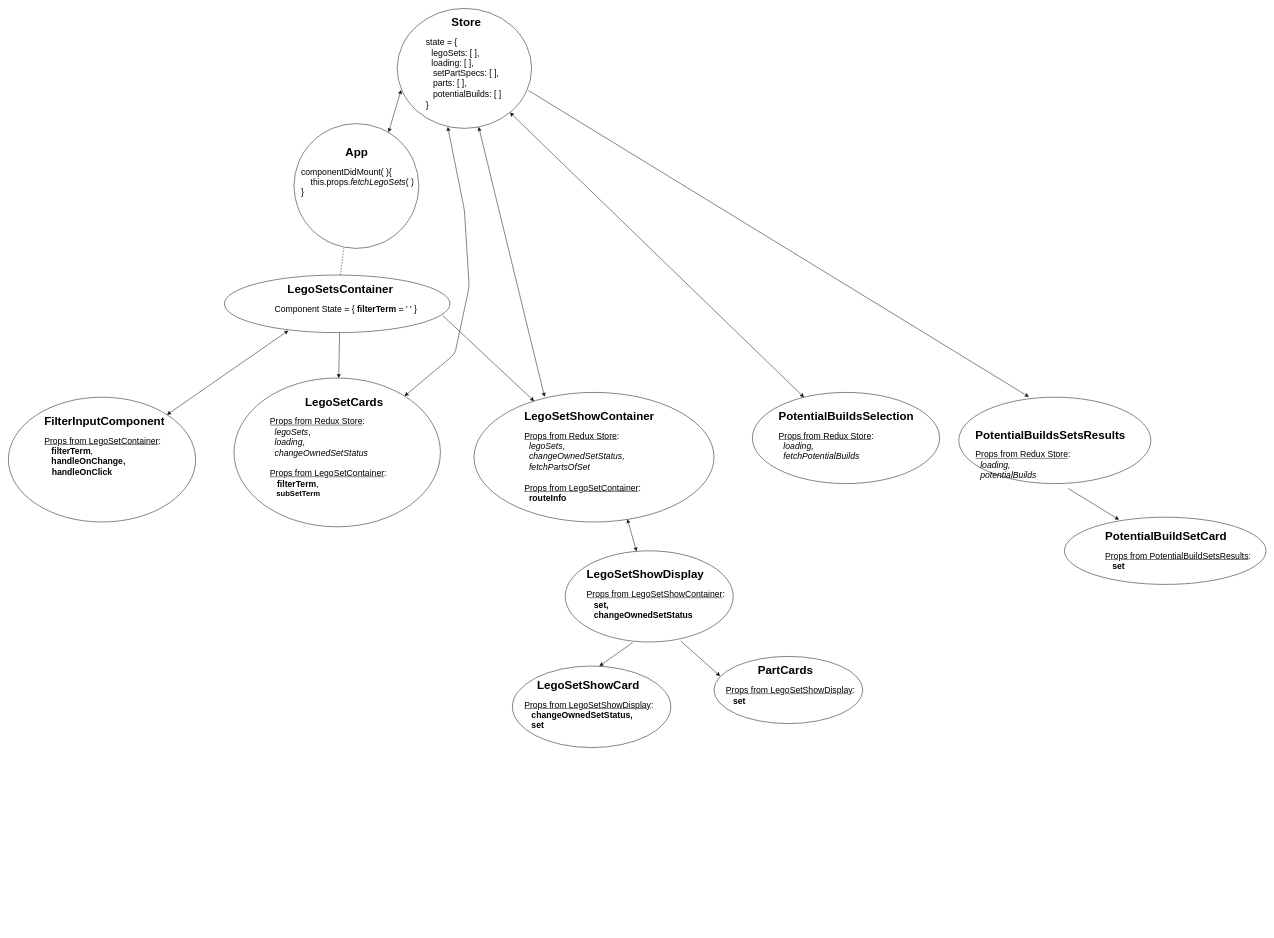
DavidRMorphew/my-bricks-app-frontend keeps this draw.io diagram as StateTreeDiagram.drawio. Above is the earlier version. Source tidied: cells renumbered, new cells numbered last; positions are measured from the earlier drawing's top-left corner, leaving out a move shared by most shapes. Both pictures are drawn from the tidied source at 48%, with x=0, y=0 at pixel (8, 8).
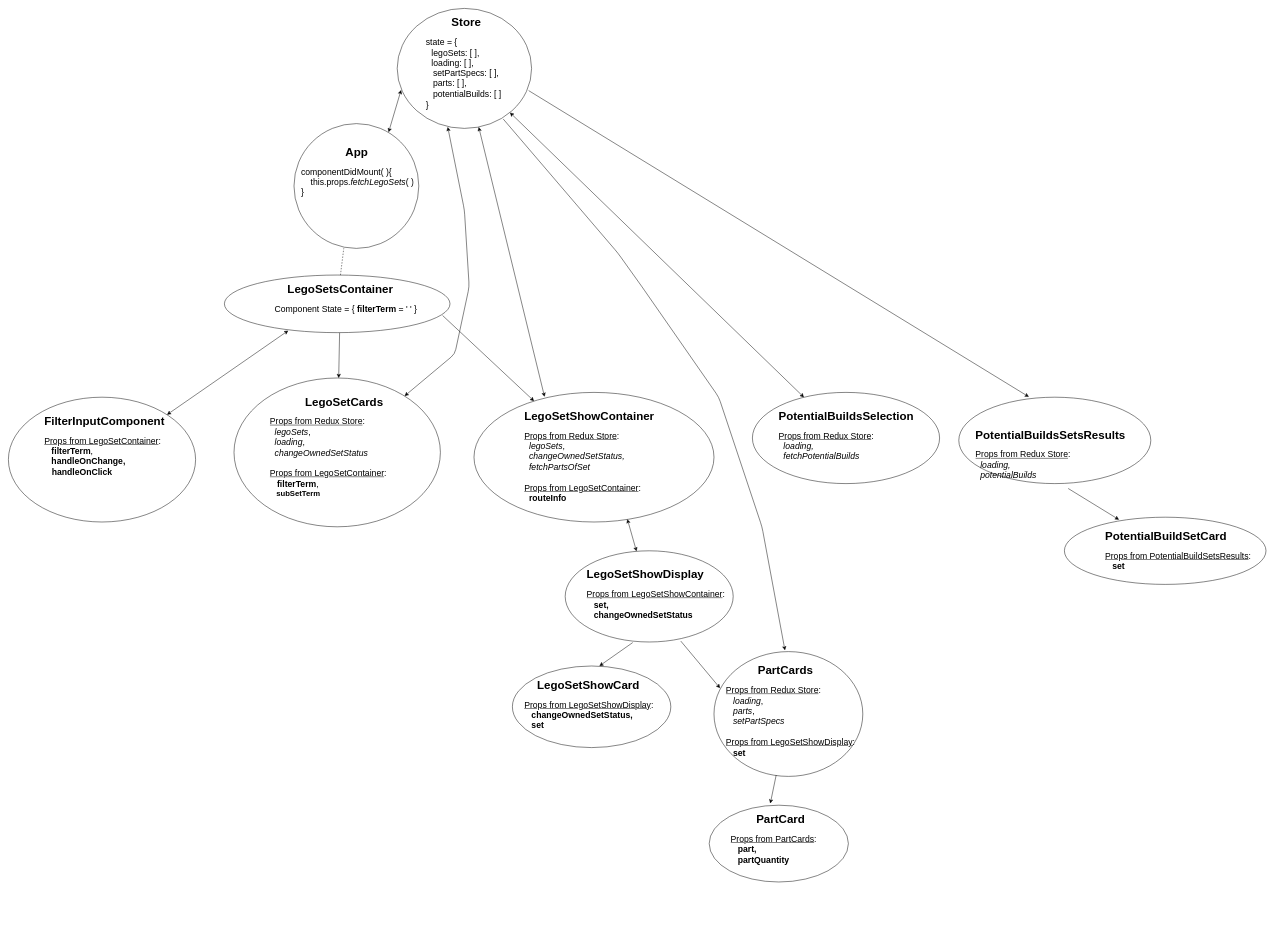
The same page after the edit.

Commit message (it also covers changes not shown here):
partQuantity assigned to variable by destructuring props in PartCard and StateTreeDiagram updated with PartCards and PartCard components

The change refers to these unchanged cells:
```xml
<mxCell id="2" style="ellipse;whiteSpace=wrap;html=1;" parent="1" vertex="1">
  <mxGeometry x="810" width="280" height="250" as="geometry" />
</mxCell>
```

What changed in the source:
```diff
@@
     <mxCell id="34" style="ellipse;whiteSpace=wrap;html=1;" parent="1" vertex="1">
-      <mxGeometry x="1470" y="1350" width="310" height="140" as="geometry" />
+      <mxGeometry x="1470" y="1340" width="310" height="260" as="geometry" />
     </mxCell>
@@
-    <mxCell id="39" value="&lt;h1&gt;&amp;nbsp; &amp;nbsp; &amp;nbsp; &amp;nbsp; &amp;nbsp; PartCards&lt;/h1&gt;&lt;div&gt;&lt;div&gt;&lt;div&gt;&lt;font style=&quot;font-size: 18px&quot;&gt;&lt;u&gt;Props from LegoSetShowDisplay&lt;/u&gt;:&lt;i&gt;&lt;br&gt;&lt;/i&gt;&lt;/font&gt;&lt;/div&gt;&lt;/div&gt;&lt;div&gt;&lt;font style=&quot;font-size: 18px&quot;&gt;&amp;nbsp; &amp;nbsp;&lt;b&gt;set&lt;/b&gt;&lt;/font&gt;&lt;/div&gt;&lt;/div&gt;&lt;div&gt;&lt;font style=&quot;font-size: 18px&quot;&gt;&lt;b&gt;&lt;br&gt;&lt;/b&gt;&lt;/font&gt;&lt;/div&gt;" style="text;html=1;strokeColor=none;fillColor=none;spacing=5;spacingTop=-20;whiteSpace=wrap;overflow=hidden;rounded=0;" parent="1" vertex="1">
-      <mxGeometry x="1490" y="1360" width="300" height="120" as="geometry" />
+    <mxCell id="39" value="&lt;h1&gt;&amp;nbsp; &amp;nbsp; &amp;nbsp; &amp;nbsp; &amp;nbsp; PartCards&lt;/h1&gt;&lt;div&gt;&lt;div&gt;&lt;div&gt;&lt;font style=&quot;font-size: 18px&quot;&gt;&lt;u&gt;Props from Redux Store&lt;/u&gt;:&amp;nbsp;&lt;/font&gt;&lt;/div&gt;&lt;div&gt;&lt;font style=&quot;font-size: 18px&quot;&gt;&lt;span&gt;&amp;nbsp; &amp;nbsp;&lt;i&gt;loading&lt;/i&gt;,&amp;nbsp;&lt;/span&gt;&lt;/font&gt;&lt;/div&gt;&lt;div&gt;&lt;font style=&quot;font-size: 18px&quot;&gt;&lt;span&gt;&lt;i&gt;&amp;nbsp; &amp;nbsp;par&lt;/i&gt;&lt;/span&gt;&lt;i&gt;ts&lt;/i&gt;&lt;span&gt;,&lt;/span&gt;&lt;/font&gt;&lt;/div&gt;&lt;div&gt;&lt;font style=&quot;font-size: 18px&quot;&gt;&lt;span&gt;&amp;nbsp; &amp;nbsp;&lt;i&gt;setPartSpecs&lt;/i&gt;&lt;/span&gt;&lt;/font&gt;&lt;/div&gt;&lt;div&gt;&lt;font style=&quot;font-size: 18px&quot;&gt;&lt;span&gt;&lt;i&gt;&lt;br&gt;&lt;/i&gt;&lt;/span&gt;&lt;/font&gt;&lt;/div&gt;&lt;div&gt;&lt;font style=&quot;font-size: 18px&quot;&gt;&lt;u&gt;Props from LegoSetShowDisplay&lt;/u&gt;:&lt;i&gt;&lt;br&gt;&lt;/i&gt;&lt;/font&gt;&lt;/div&gt;&lt;/div&gt;&lt;div&gt;&lt;font style=&quot;font-size: 18px&quot;&gt;&amp;nbsp; &amp;nbsp;&lt;b&gt;set&lt;/b&gt;&lt;/font&gt;&lt;/div&gt;&lt;/div&gt;&lt;div&gt;&lt;font style=&quot;font-size: 18px&quot;&gt;&lt;b&gt;&lt;br&gt;&lt;/b&gt;&lt;/font&gt;&lt;/div&gt;" style="text;html=1;strokeColor=none;fillColor=none;spacing=5;spacingTop=-20;whiteSpace=wrap;overflow=hidden;rounded=0;" parent="1" vertex="1">
+      <mxGeometry x="1490" y="1360" width="300" height="210" as="geometry" />
     </mxCell>
@@
+    <mxCell id="41" style="ellipse;whiteSpace=wrap;html=1;" parent="1" vertex="1">
+      <mxGeometry x="1460" y="1660" width="290" height="160" as="geometry" />
+    </mxCell>
+    <mxCell id="42" value="&lt;h1&gt;&amp;nbsp; &amp;nbsp; &amp;nbsp; &amp;nbsp; PartCard&lt;/h1&gt;&lt;div&gt;&lt;div&gt;&lt;div&gt;&lt;font style=&quot;font-size: 18px&quot;&gt;&lt;u&gt;Props from PartCards&lt;/u&gt;:&lt;i&gt;&lt;br&gt;&lt;/i&gt;&lt;/font&gt;&lt;/div&gt;&lt;/div&gt;&lt;div&gt;&lt;font style=&quot;font-size: 18px&quot;&gt;&amp;nbsp; &amp;nbsp;&lt;b&gt;part,&lt;/b&gt;&lt;/font&gt;&lt;/div&gt;&lt;/div&gt;&lt;div&gt;&lt;font style=&quot;font-size: 18px&quot;&gt;&lt;b&gt;&amp;nbsp; &amp;nbsp;partQuantity&lt;/b&gt;&lt;/font&gt;&lt;/div&gt;" style="text;html=1;strokeColor=none;fillColor=none;spacing=5;spacingTop=-20;whiteSpace=wrap;overflow=hidden;rounded=0;" parent="1" vertex="1">
+      <mxGeometry x="1500" y="1670" width="300" height="250" as="geometry" />
+    </mxCell>
+    <mxCell id="43" style="endArrow=classic;html=1;entryX=0.439;entryY=-0.023;entryDx=0;entryDy=0;entryPerimeter=0;exitX=0.418;exitY=0.989;exitDx=0;exitDy=0;exitPerimeter=0;" parent="1" edge="1" source="34" target="41">
+      <mxGeometry relative="1" as="geometry" />
+    </mxCell>
+    <mxCell id="44" style="endArrow=classic;html=1;entryX=0.477;entryY=-0.01;entryDx=0;entryDy=0;entryPerimeter=0;exitX=0.789;exitY=0.922;exitDx=0;exitDy=0;exitPerimeter=0;" parent="1" edge="1" source="2" target="34">
+      <mxGeometry relative="1" as="geometry">
+        <Array as="points">
+          <mxPoint x="1270" y="510" />
+          <mxPoint x="1320" y="580" />
+          <mxPoint x="1480" y="810" />
+          <mxPoint x="1570" y="1080" />
+        </Array>
+      </mxGeometry>
+    </mxCell>
```
